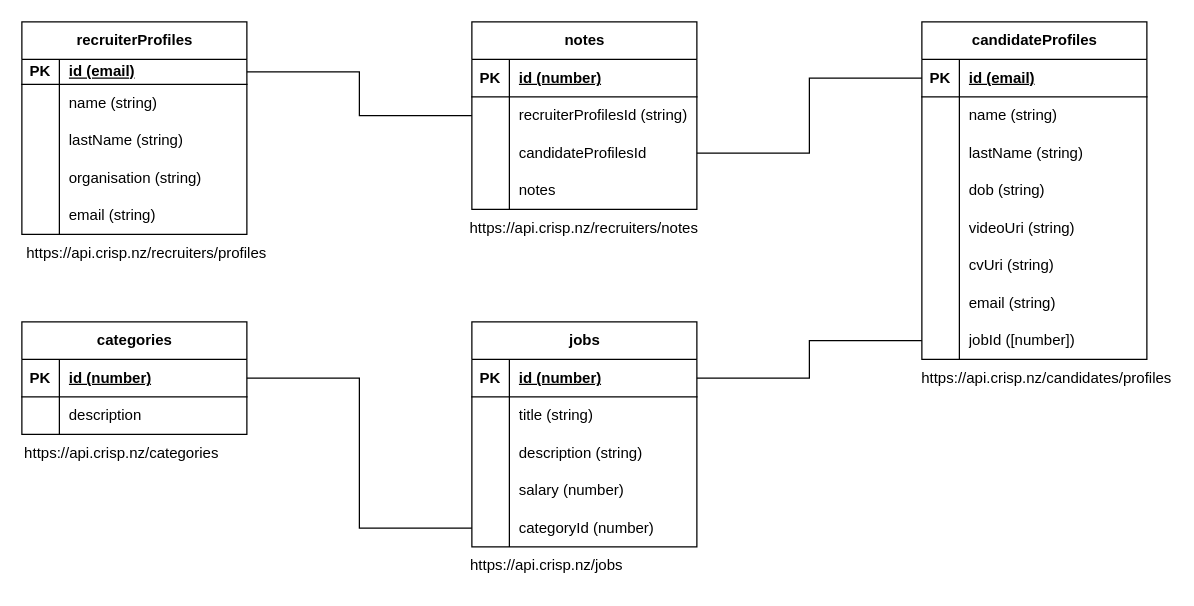
The draw.io diagram docs/high level design/erd.drawio in tommcamm/aut-crisp, before the edit. Source tidied: cells renumbered, new cells numbered last; positions are measured from the earlier drawing's top-left corner, leaving out a move shared by most shapes. Both pictures are drawn from the tidied source at 125%, with x=0, y=0 at pixel (21, 21).
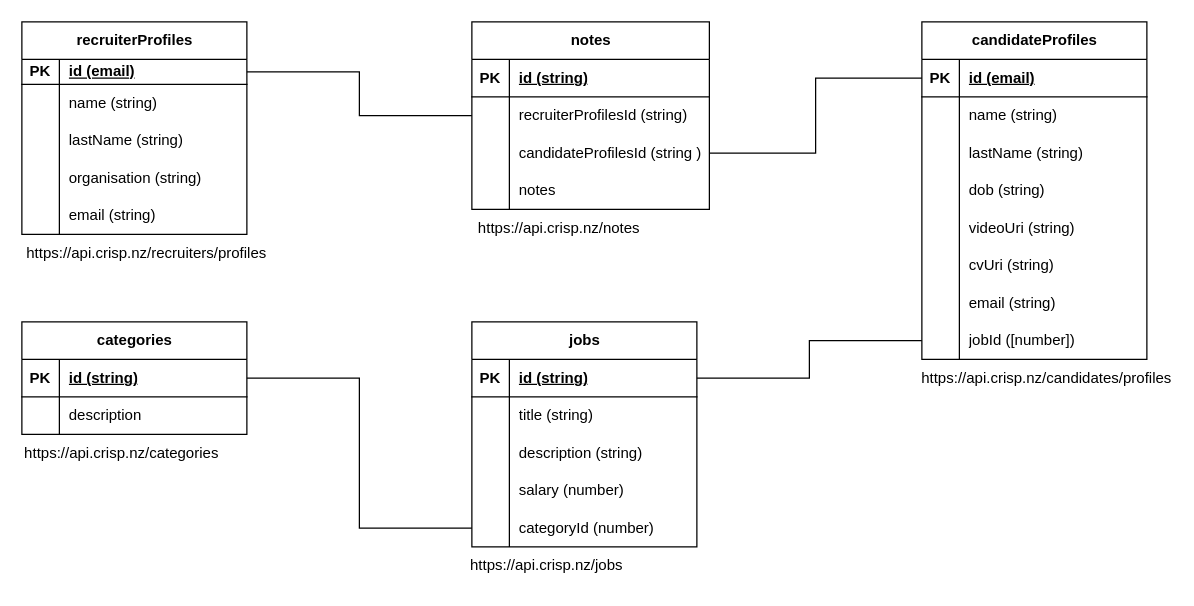
The same diagram, later.

The change refers to these unchanged cells:
```xml
<mxCell id="20" style="shape=tableRow;horizontal=0;startSize=0;swimlaneHead=0;swimlaneBody=0;fillColor=none;points=[[0,0.5],[1,0.5]];portConstraint=eastwest;top=0;left=0;right=0;bottom=1;" parent="19" vertex="1">
  <mxGeometry y="30" width="180" height="30" as="geometry" />
</mxCell>
<mxCell id="61" style="shape=tableRow;horizontal=0;startSize=0;swimlaneHead=0;swimlaneBody=0;fillColor=none;points=[[0,0.5],[1,0.5]];portConstraint=eastwest;top=0;left=0;right=0;bottom=1;" parent="60" vertex="1">
  <mxGeometry y="30" width="180" height="30" as="geometry" />
</mxCell>
```

What changed in the source:
```diff
@@
-    <mxCell id="22" value="id (number)" style="shape=partialRectangle;fillColor=none;top=0;left=0;bottom=0;right=0;align=left;spacingLeft=6;fontStyle=5;overflow=hidden;whiteSpace=wrap;html=1;" parent="20" vertex="1">
+    <mxCell id="22" value="id (string)" style="shape=partialRectangle;fillColor=none;top=0;left=0;bottom=0;right=0;align=left;spacingLeft=6;fontStyle=5;overflow=hidden;whiteSpace=wrap;html=1;" parent="20" vertex="1">
       <mxGeometry x="30" width="150" height="30" as="geometry" />
     </mxCell>
@@
-    <mxCell id="63" value="id (number)" style="shape=partialRectangle;fillColor=none;top=0;left=0;bottom=0;right=0;align=left;spacingLeft=6;fontStyle=5;overflow=hidden;whiteSpace=wrap;html=1;" parent="61" vertex="1">
+    <mxCell id="63" value="id (string)" style="shape=partialRectangle;fillColor=none;top=0;left=0;bottom=0;right=0;align=left;spacingLeft=6;fontStyle=5;overflow=hidden;whiteSpace=wrap;html=1;" parent="61" vertex="1">
       <mxGeometry x="30" width="150" height="30" as="geometry" />
     </mxCell>
@@
     <mxCell id="70" value="notes" style="shape=table;startSize=30;childLayout=tableLayout;rowLines=0;fontStyle=1;align=center;html=1;" parent="1" vertex="1">
-      <mxGeometry x="360" width="180" height="150" as="geometry" />
+      <mxGeometry x="360" width="190" height="150" as="geometry" />
     </mxCell>
     <mxCell id="71" style="shape=tableRow;horizontal=0;startSize=0;swimlaneHead=0;swimlaneBody=0;fillColor=none;top=0;left=0;right=0;bottom=1;" parent="70" vertex="1">
-      <mxGeometry y="30" width="180" height="30" as="geometry" />
+      <mxGeometry y="30" width="190" height="30" as="geometry" />
     </mxCell>
@@
-    <mxCell id="73" value="id (number)" style="shape=partialRectangle;fillColor=none;top=0;left=0;bottom=0;right=0;align=left;spacingLeft=6;fontStyle=5;overflow=hidden;whiteSpace=wrap;html=1;" parent="71" vertex="1">
-      <mxGeometry x="30" width="150" height="30" as="geometry" />
+    <mxCell id="73" value="id (string)" style="shape=partialRectangle;fillColor=none;top=0;left=0;bottom=0;right=0;align=left;spacingLeft=6;fontStyle=5;overflow=hidden;whiteSpace=wrap;html=1;" parent="71" vertex="1">
+      <mxGeometry x="30" width="160" height="30" as="geometry" />
     </mxCell>
     <mxCell id="74" style="shape=tableRow;horizontal=0;startSize=0;swimlaneHead=0;swimlaneBody=0;fillColor=none;points=[[0,0.5],[1,0.5]];portConstraint=eastwest;top=0;left=0;right=0;bottom=0;" parent="70" vertex="1">
-      <mxGeometry y="60" width="180" height="30" as="geometry" />
+      <mxGeometry y="60" width="190" height="30" as="geometry" />
     </mxCell>
@@
     <mxCell id="76" value="recruiterProfilesId (string)" style="shape=partialRectangle;fillColor=none;top=0;left=0;bottom=0;right=0;align=left;spacingLeft=6;overflow=hidden;whiteSpace=wrap;html=1;" parent="74" vertex="1">
-      <mxGeometry x="30" width="150" height="30" as="geometry" />
+      <mxGeometry x="30" width="160" height="30" as="geometry" />
     </mxCell>
     <mxCell id="77" style="shape=tableRow;horizontal=0;startSize=0;swimlaneHead=0;swimlaneBody=0;fillColor=none;points=[[0,0.5],[1,0.5]];portConstraint=eastwest;top=0;left=0;right=0;bottom=0;" parent="70" vertex="1">
-      <mxGeometry y="90" width="180" height="30" as="geometry" />
+      <mxGeometry y="90" width="190" height="30" as="geometry" />
     </mxCell>
@@
-    <mxCell id="79" value="candidateProfilesId" style="shape=partialRectangle;fillColor=none;top=0;left=0;bottom=0;right=0;align=left;spacingLeft=6;overflow=hidden;whiteSpace=wrap;html=1;" parent="77" vertex="1">
-      <mxGeometry x="30" width="150" height="30" as="geometry" />
+    <mxCell id="79" value="candidateProfilesId (string )" style="shape=partialRectangle;fillColor=none;top=0;left=0;bottom=0;right=0;align=left;spacingLeft=6;overflow=hidden;whiteSpace=wrap;html=1;" parent="77" vertex="1">
+      <mxGeometry x="30" width="160" height="30" as="geometry" />
     </mxCell>
     <mxCell id="80" style="shape=tableRow;horizontal=0;startSize=0;swimlaneHead=0;swimlaneBody=0;fillColor=none;top=0;left=0;right=0;bottom=0;" parent="70" vertex="1">
-      <mxGeometry y="120" width="180" height="30" as="geometry" />
+      <mxGeometry y="120" width="190" height="30" as="geometry" />
     </mxCell>
@@
     <mxCell id="82" value="notes" style="shape=partialRectangle;fillColor=none;top=0;left=0;bottom=0;right=0;align=left;spacingLeft=6;overflow=hidden;whiteSpace=wrap;html=1;" parent="80" vertex="1">
-      <mxGeometry x="30" width="150" height="30" as="geometry" />
+      <mxGeometry x="30" width="160" height="30" as="geometry" />
     </mxCell>
-    <mxCell id="83" value="https://api.crisp.nz/recruiters/notes" style="text;html=1;align=center;verticalAlign=middle;whiteSpace=wrap;rounded=0;" parent="1" vertex="1">
-      <mxGeometry x="420" y="150" width="60" height="30" as="geometry" />
+    <mxCell id="83" value="https://api.crisp.nz/notes" style="text;html=1;align=center;verticalAlign=middle;whiteSpace=wrap;rounded=0;" parent="1" vertex="1">
+      <mxGeometry x="400" y="150" width="60" height="30" as="geometry" />
     </mxCell>
```
